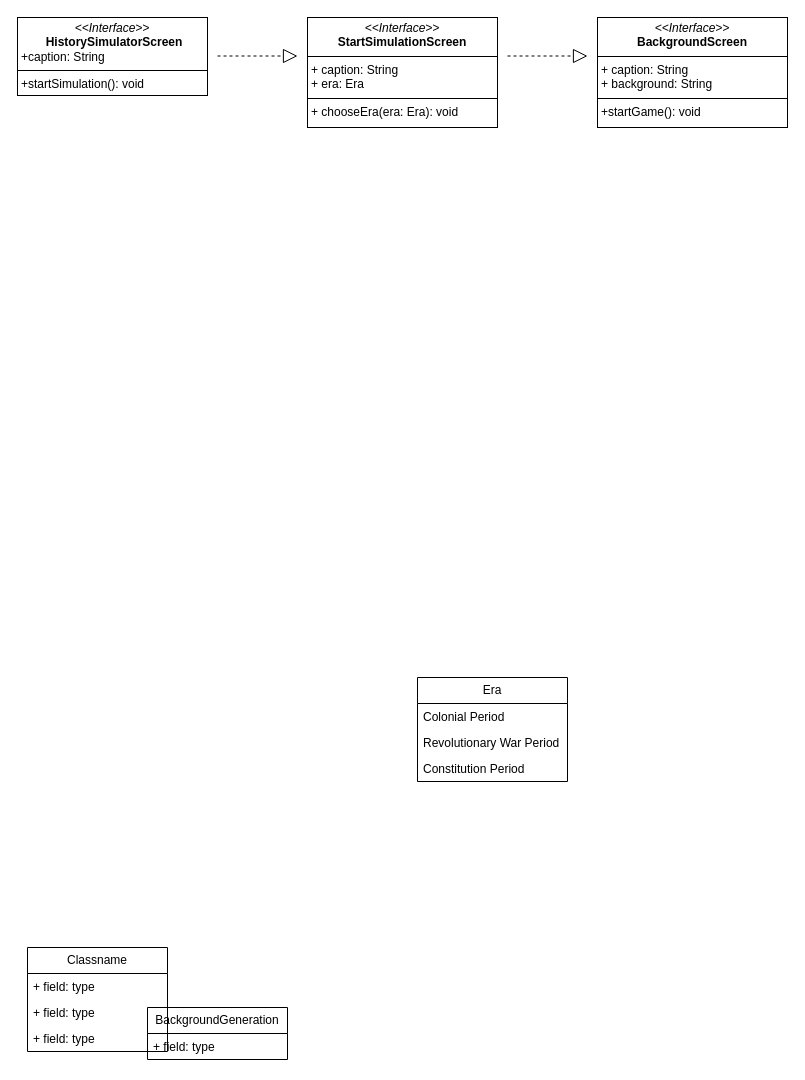
This is Untitled Diagram.drawio from zhedang/History_Simulator, a draw.io file, before an edit. Source tidied: cells renumbered, new cells numbered last; positions are measured from the earlier drawing's top-left corner, leaving out a move shared by most shapes. Both pictures are drawn from the tidied source at 100%, with x=0, y=0 at pixel (17, 17).
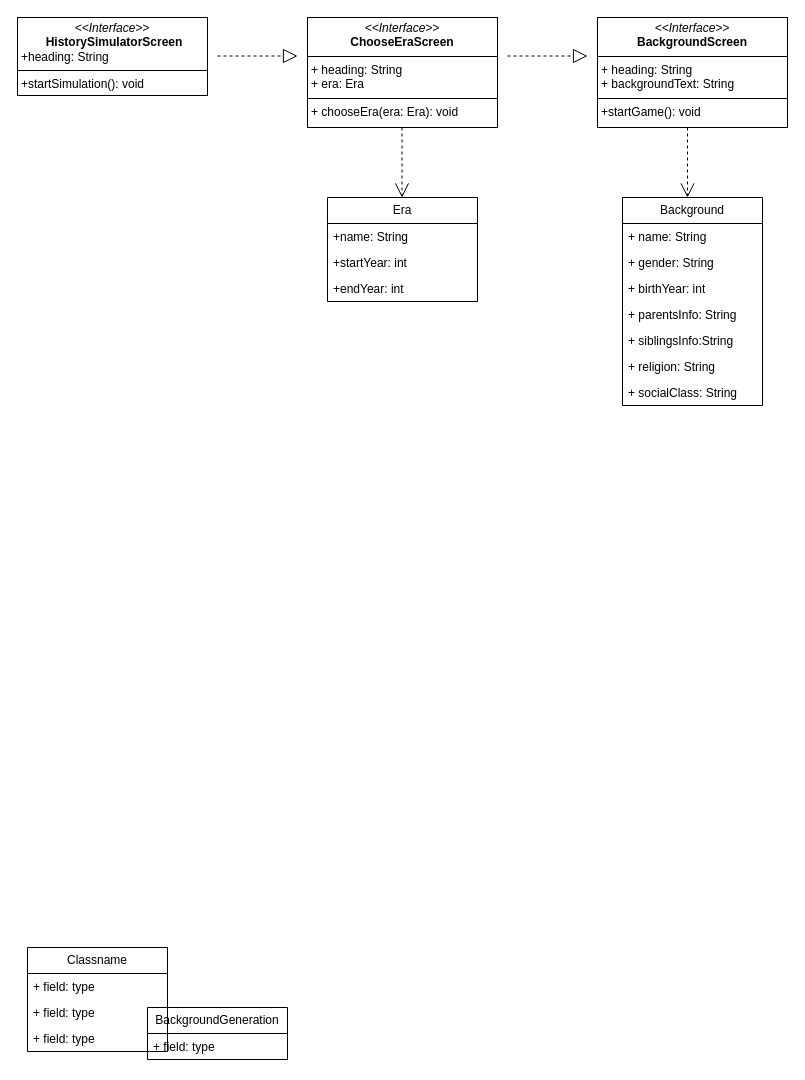
After the change.

The edit, as a diff of the source:
```diff
@@
     <mxCell id="8" value="Era" style="swimlane;fontStyle=0;horizontal=1;startSize=26;fillColor=none;whiteSpace=wrap;html=1;" parent="1" vertex="1">
-      <mxGeometry x="400" y="660" width="150" height="104" as="geometry" />
+      <mxGeometry x="310" y="180" width="150" height="104" as="geometry" />
     </mxCell>
-    <mxCell id="9" value="Colonial Period" style="text;strokeColor=none;fillColor=none;align=left;verticalAlign=top;spacingLeft=4;spacingRight=4;overflow=hidden;whiteSpace=wrap;html=1;" parent="8" vertex="1">
+    <mxCell id="9" value="+name: String" style="text;strokeColor=none;fillColor=none;align=left;verticalAlign=top;spacingLeft=4;spacingRight=4;overflow=hidden;whiteSpace=wrap;html=1;" parent="8" vertex="1">
       <mxGeometry y="26" width="150" height="26" as="geometry" />
     </mxCell>
-    <mxCell id="10" value="Revolutionary War Period" style="text;strokeColor=none;fillColor=none;align=left;verticalAlign=top;spacingLeft=4;spacingRight=4;overflow=hidden;whiteSpace=wrap;html=1;" parent="8" vertex="1">
+    <mxCell id="10" value="+startYear: int" style="text;strokeColor=none;fillColor=none;align=left;verticalAlign=top;spacingLeft=4;spacingRight=4;overflow=hidden;whiteSpace=wrap;html=1;" parent="8" vertex="1">
       <mxGeometry y="52" width="150" height="26" as="geometry" />
     </mxCell>
-    <mxCell id="11" value="Constitution Period" style="text;strokeColor=none;fillColor=none;align=left;verticalAlign=top;spacingLeft=4;spacingRight=4;overflow=hidden;whiteSpace=wrap;html=1;" parent="8" vertex="1">
+    <mxCell id="11" value="+endYear: int" style="text;strokeColor=none;fillColor=none;align=left;verticalAlign=top;spacingLeft=4;spacingRight=4;overflow=hidden;whiteSpace=wrap;html=1;" parent="8" vertex="1">
       <mxGeometry y="78" width="150" height="26" as="geometry" />
     </mxCell>
-    <mxCell id="12" value="&lt;p style=&quot;margin:0px;margin-top:4px;text-align:center;&quot;&gt;&lt;i&gt;&amp;lt;&amp;lt;Interface&amp;gt;&amp;gt;&lt;/i&gt;&lt;br&gt;&lt;/p&gt;&lt;p style=&quot;text-align: center; margin:0px;margin-left:4px;&quot;&gt;&lt;span style=&quot;&quot;&gt;&lt;b&gt;HistorySimulatorScreen&lt;/b&gt;&lt;/span&gt;&lt;/p&gt;&lt;p style=&quot;margin:0px;margin-left:4px;&quot;&gt;+caption: String&lt;/p&gt;&lt;hr size=&quot;1&quot; style=&quot;border-style:solid;&quot;&gt;&lt;p style=&quot;margin:0px;margin-left:4px;&quot;&gt;+startSimulation(): void&lt;br&gt;&lt;/p&gt;" style="verticalAlign=top;align=left;overflow=fill;html=1;whiteSpace=wrap;" parent="1" vertex="1">
+    <mxCell id="12" value="&lt;p style=&quot;margin:0px;margin-top:4px;text-align:center;&quot;&gt;&lt;i&gt;&amp;lt;&amp;lt;Interface&amp;gt;&amp;gt;&lt;/i&gt;&lt;br&gt;&lt;/p&gt;&lt;p style=&quot;text-align: center; margin:0px;margin-left:4px;&quot;&gt;&lt;span style=&quot;&quot;&gt;&lt;b&gt;HistorySimulatorScreen&lt;/b&gt;&lt;/span&gt;&lt;/p&gt;&lt;p style=&quot;margin:0px;margin-left:4px;&quot;&gt;+heading: String&lt;/p&gt;&lt;hr size=&quot;1&quot; style=&quot;border-style:solid;&quot;&gt;&lt;p style=&quot;margin:0px;margin-left:4px;&quot;&gt;+startSimulation(): void&lt;br&gt;&lt;/p&gt;" style="verticalAlign=top;align=left;overflow=fill;html=1;whiteSpace=wrap;" parent="1" vertex="1">
       <mxGeometry width="190" height="78" as="geometry" />
     </mxCell>
-    <mxCell id="13" value="&lt;p style=&quot;margin:0px;margin-top:4px;text-align:center;&quot;&gt;&lt;i&gt;&amp;lt;&amp;lt;Interface&amp;gt;&amp;gt;&lt;/i&gt;&lt;br&gt;&lt;b&gt;StartSimulationScreen&lt;/b&gt;&lt;/p&gt;&lt;hr size=&quot;1&quot; style=&quot;border-style:solid;&quot;&gt;&lt;p style=&quot;margin:0px;margin-left:4px;&quot;&gt;+ caption: String&lt;br&gt;+ era: Era&lt;/p&gt;&lt;hr size=&quot;1&quot; style=&quot;border-style:solid;&quot;&gt;&lt;p style=&quot;margin:0px;margin-left:4px;&quot;&gt;+ chooseEra(era: Era): void&lt;br&gt;&lt;/p&gt;" style="verticalAlign=top;align=left;overflow=fill;html=1;whiteSpace=wrap;" parent="1" vertex="1">
+    <mxCell id="13" value="&lt;p style=&quot;margin:0px;margin-top:4px;text-align:center;&quot;&gt;&lt;i&gt;&amp;lt;&amp;lt;Interface&amp;gt;&amp;gt;&lt;/i&gt;&lt;br&gt;&lt;b&gt;ChooseEraScreen&lt;/b&gt;&lt;/p&gt;&lt;hr size=&quot;1&quot; style=&quot;border-style:solid;&quot;&gt;&lt;p style=&quot;margin:0px;margin-left:4px;&quot;&gt;+ heading: String&lt;br&gt;+ era: Era&lt;/p&gt;&lt;hr size=&quot;1&quot; style=&quot;border-style:solid;&quot;&gt;&lt;p style=&quot;margin:0px;margin-left:4px;&quot;&gt;+ chooseEra(era: Era): void&lt;br&gt;&lt;/p&gt;" style="verticalAlign=top;align=left;overflow=fill;html=1;whiteSpace=wrap;" parent="1" vertex="1">
       <mxGeometry x="290" width="190" height="110" as="geometry" />
     </mxCell>
@@
-    <mxCell id="15" value="&lt;p style=&quot;margin:0px;margin-top:4px;text-align:center;&quot;&gt;&lt;i&gt;&amp;lt;&amp;lt;Interface&amp;gt;&amp;gt;&lt;/i&gt;&lt;br&gt;&lt;b&gt;BackgroundScreen&lt;/b&gt;&lt;/p&gt;&lt;hr size=&quot;1&quot; style=&quot;border-style:solid;&quot;&gt;&lt;p style=&quot;margin:0px;margin-left:4px;&quot;&gt;+ caption: String&lt;br&gt;+ background: String&lt;/p&gt;&lt;hr size=&quot;1&quot; style=&quot;border-style:solid;&quot;&gt;&lt;p style=&quot;margin:0px;margin-left:4px;&quot;&gt;+startGame(): void&lt;/p&gt;" style="verticalAlign=top;align=left;overflow=fill;html=1;whiteSpace=wrap;" parent="1" vertex="1">
+    <mxCell id="15" value="&lt;p style=&quot;margin:0px;margin-top:4px;text-align:center;&quot;&gt;&lt;i&gt;&amp;lt;&amp;lt;Interface&amp;gt;&amp;gt;&lt;/i&gt;&lt;br&gt;&lt;b&gt;BackgroundScreen&lt;/b&gt;&lt;/p&gt;&lt;hr size=&quot;1&quot; style=&quot;border-style:solid;&quot;&gt;&lt;p style=&quot;margin:0px;margin-left:4px;&quot;&gt;+ heading: String&lt;br&gt;+ backgroundText: String&lt;/p&gt;&lt;hr size=&quot;1&quot; style=&quot;border-style:solid;&quot;&gt;&lt;p style=&quot;margin:0px;margin-left:4px;&quot;&gt;+startGame(): void&lt;/p&gt;" style="verticalAlign=top;align=left;overflow=fill;html=1;whiteSpace=wrap;" parent="1" vertex="1">
       <mxGeometry x="580" width="190" height="110" as="geometry" />
     </mxCell>
@@
+    <mxCell id="17" value="Background" style="swimlane;fontStyle=0;horizontal=1;startSize=26;fillColor=none;whiteSpace=wrap;html=1;" parent="1" vertex="1">
+      <mxGeometry x="605" y="180" width="140" height="208" as="geometry" />
+    </mxCell>
+    <mxCell id="18" value="+ name: String" style="text;strokeColor=none;fillColor=none;align=left;verticalAlign=top;spacingLeft=4;spacingRight=4;overflow=hidden;whiteSpace=wrap;html=1;" parent="17" vertex="1">
+      <mxGeometry y="26" width="140" height="26" as="geometry" />
+    </mxCell>
+    <mxCell id="19" value="+ gender: String" style="text;strokeColor=none;fillColor=none;align=left;verticalAlign=top;spacingLeft=4;spacingRight=4;overflow=hidden;whiteSpace=wrap;html=1;" parent="17" vertex="1">
+      <mxGeometry y="52" width="140" height="26" as="geometry" />
+    </mxCell>
+    <mxCell id="20" value="+ birthYear: int" style="text;strokeColor=none;fillColor=none;align=left;verticalAlign=top;spacingLeft=4;spacingRight=4;overflow=hidden;whiteSpace=wrap;html=1;" parent="17" vertex="1">
+      <mxGeometry y="78" width="140" height="26" as="geometry" />
+    </mxCell>
+    <mxCell id="21" value="+ parentsInfo: String" style="text;strokeColor=none;fillColor=none;align=left;verticalAlign=top;spacingLeft=4;spacingRight=4;overflow=hidden;whiteSpace=wrap;html=1;" parent="17" vertex="1">
+      <mxGeometry y="104" width="140" height="26" as="geometry" />
+    </mxCell>
+    <mxCell id="22" value="+ siblingsInfo:String" style="text;strokeColor=none;fillColor=none;align=left;verticalAlign=top;spacingLeft=4;spacingRight=4;overflow=hidden;whiteSpace=wrap;html=1;" parent="17" vertex="1">
+      <mxGeometry y="130" width="140" height="26" as="geometry" />
+    </mxCell>
+    <mxCell id="23" value="+ religion: String" style="text;strokeColor=none;fillColor=none;align=left;verticalAlign=top;spacingLeft=4;spacingRight=4;overflow=hidden;whiteSpace=wrap;html=1;" parent="17" vertex="1">
+      <mxGeometry y="156" width="140" height="26" as="geometry" />
+    </mxCell>
+    <mxCell id="24" value="+ socialClass: String" style="text;strokeColor=none;fillColor=none;align=left;verticalAlign=top;spacingLeft=4;spacingRight=4;overflow=hidden;whiteSpace=wrap;html=1;" parent="17" vertex="1">
+      <mxGeometry y="182" width="140" height="26" as="geometry" />
+    </mxCell>
+    <mxCell id="25" style="endArrow=open;endSize=12;dashed=1;html=1;rounded=0;" parent="1" edge="1">
+      <mxGeometry relative="1" as="geometry">
+        <mxPoint x="384.5" y="110" as="sourcePoint" />
+        <mxPoint x="384.5" y="180" as="targetPoint" />
+      </mxGeometry>
+    </mxCell>
+    <mxCell id="26" style="endArrow=open;endSize=12;dashed=1;html=1;rounded=0;" parent="1" edge="1">
+      <mxGeometry relative="1" as="geometry">
+        <mxPoint x="670" y="110" as="sourcePoint" />
+        <mxPoint x="670" y="180" as="targetPoint" />
+      </mxGeometry>
+    </mxCell>
```
